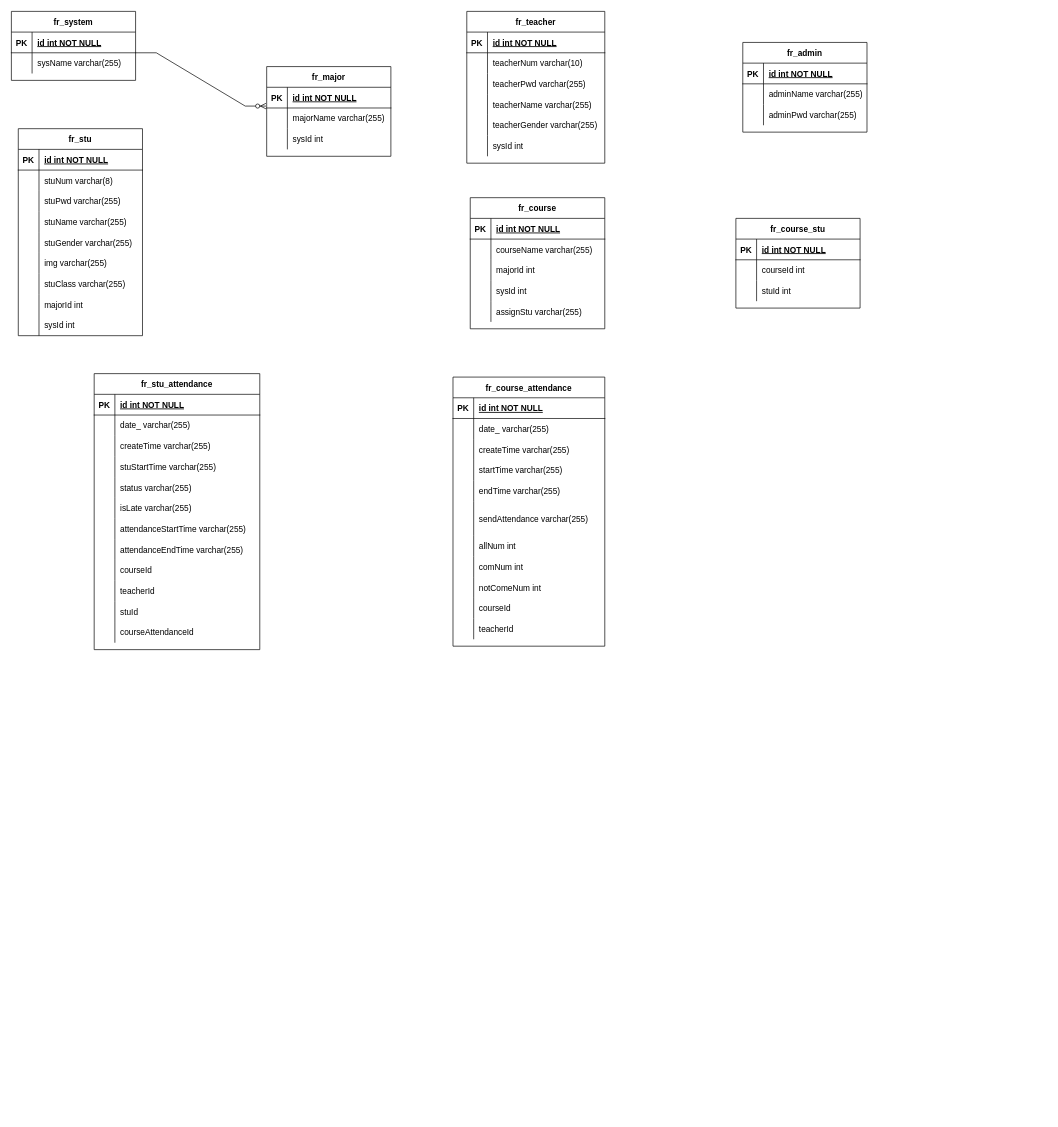
cryingworld/diagram keeps this draw.io diagram as Untitled Diagram.drawio. Above is the earlier version. Source tidied: cells renumbered, new cells numbered last; positions are measured from the earlier drawing's top-left corner, leaving out a move shared by most shapes. Both pictures are drawn from the tidied source at 69%, with x=0, y=0 at pixel (11, 11).
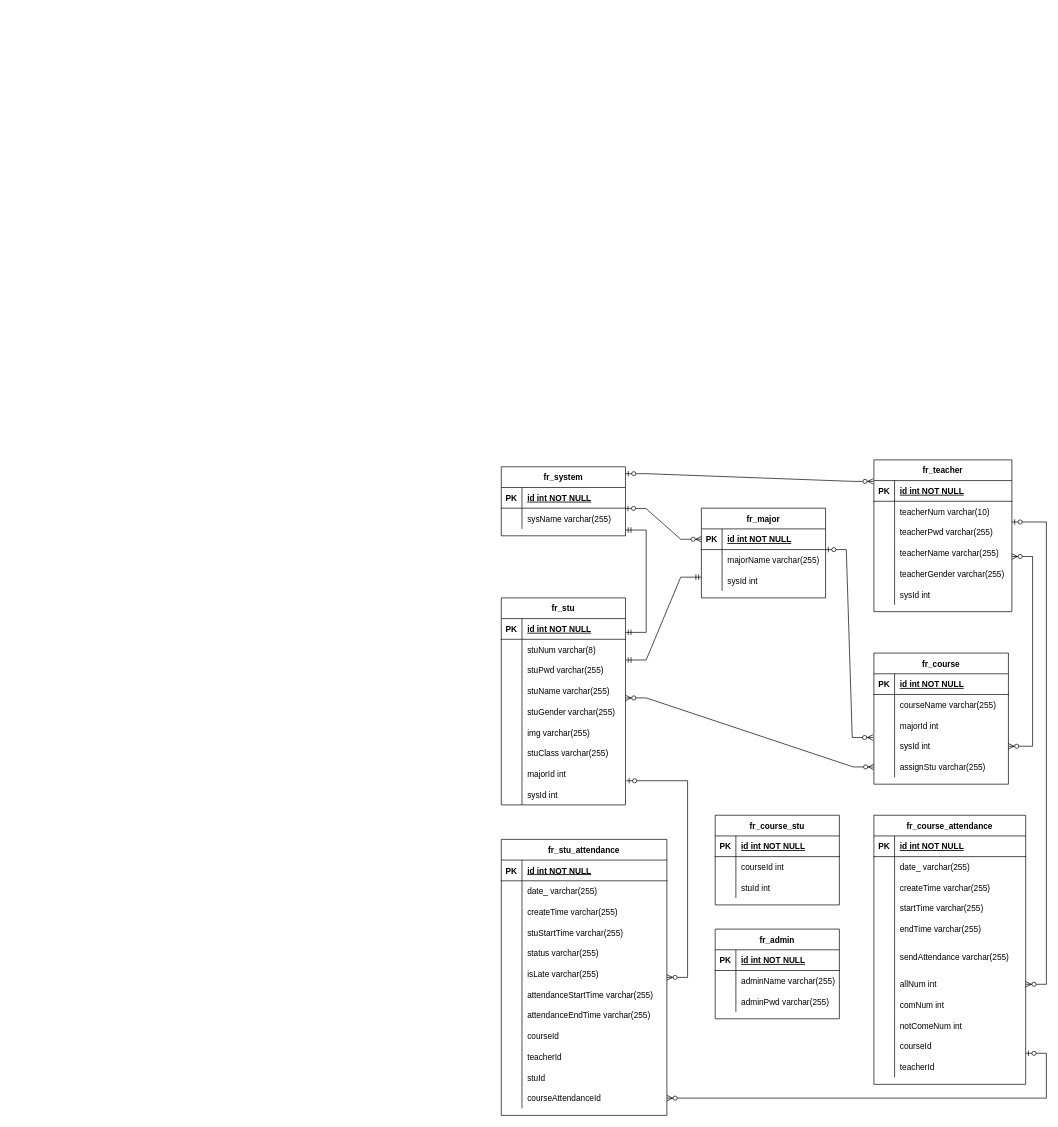
The same page after the edit.

Unchanged cells that the change refers to:
```xml
<mxCell id="34" style="shape=tableRow;horizontal=0;startSize=0;swimlaneHead=0;swimlaneBody=0;fillColor=none;points=[[0,0.5],[1,0.5]];portConstraint=eastwest;top=0;left=0;right=0;bottom=0;" parent="12" vertex="1">
  <mxGeometry y="240" width="180" height="30" as="geometry" />
</mxCell>
<mxCell id="41" style="shape=tableRow;horizontal=0;startSize=0;swimlaneHead=0;swimlaneBody=0;fillColor=none;points=[[0,0.5],[1,0.5]];portConstraint=eastwest;top=0;left=0;right=0;bottom=1;" parent="40" vertex="1">
  <mxGeometry y="30" width="200" height="30" as="geometry" />
</mxCell>
<mxCell id="60" style="shape=tableRow;horizontal=0;startSize=0;swimlaneHead=0;swimlaneBody=0;fillColor=none;points=[[0,0.5],[1,0.5]];portConstraint=eastwest;top=0;left=0;right=0;bottom=1;" parent="59" vertex="1">
  <mxGeometry y="30" width="180" height="30" as="geometry" />
</mxCell>
<mxCell id="63" style="shape=tableRow;horizontal=0;startSize=0;swimlaneHead=0;swimlaneBody=0;fillColor=none;points=[[0,0.5],[1,0.5]];portConstraint=eastwest;top=0;left=0;right=0;bottom=0;" parent="59" vertex="1">
  <mxGeometry y="60" width="180" height="30" as="geometry" />
</mxCell>
<mxCell id="66" style="shape=tableRow;horizontal=0;startSize=0;swimlaneHead=0;swimlaneBody=0;fillColor=none;points=[[0,0.5],[1,0.5]];portConstraint=eastwest;top=0;left=0;right=0;bottom=0;" parent="59" vertex="1">
  <mxGeometry y="90" width="180" height="30" as="geometry" />
</mxCell>
<mxCell id="73" style="shape=tableRow;horizontal=0;startSize=0;swimlaneHead=0;swimlaneBody=0;fillColor=none;points=[[0,0.5],[1,0.5]];portConstraint=eastwest;top=0;left=0;right=0;bottom=0;" parent="69" vertex="1">
  <mxGeometry y="60" width="180" height="30" as="geometry" />
</mxCell>
<mxCell id="86" style="shape=tableRow;horizontal=0;startSize=0;swimlaneHead=0;swimlaneBody=0;fillColor=none;points=[[0,0.5],[1,0.5]];portConstraint=eastwest;top=0;left=0;right=0;bottom=0;" parent="76" vertex="1">
  <mxGeometry y="120" width="195" height="30" as="geometry" />
</mxCell>
<mxCell id="89" style="shape=tableRow;horizontal=0;startSize=0;swimlaneHead=0;swimlaneBody=0;fillColor=none;points=[[0,0.5],[1,0.5]];portConstraint=eastwest;top=0;left=0;right=0;bottom=0;" parent="76" vertex="1">
  <mxGeometry y="150" width="195" height="30" as="geometry" />
</mxCell>
<mxCell id="121" style="shape=tableRow;horizontal=0;startSize=0;swimlaneHead=0;swimlaneBody=0;fillColor=none;points=[[0,0.5],[1,0.5]];portConstraint=eastwest;top=0;left=0;right=0;bottom=0;" parent="102" vertex="1">
  <mxGeometry y="230" width="220" height="30" as="geometry" />
</mxCell>
<mxCell id="170" style="shape=tableRow;horizontal=0;startSize=0;swimlaneHead=0;swimlaneBody=0;fillColor=none;points=[[0,0.5],[1,0.5]];portConstraint=eastwest;top=0;left=0;right=0;bottom=0;" parent="136" vertex="1">
  <mxGeometry y="360" width="240" height="30" as="geometry" />
</mxCell>
```

Change to the diagram source:
```diff
@@
     <mxCell id="2" value="fr_admin" style="shape=table;startSize=30;childLayout=tableLayout;rowLines=0;fontStyle=1;align=center;" parent="1" vertex="1">
-      <mxGeometry x="1060" y="45" width="180" height="130" as="geometry" />
+      <mxGeometry x="1020" y="1330" width="180" height="130" as="geometry" />
     </mxCell>
@@
     <mxCell id="12" value="fr_stu" style="shape=table;startSize=30;childLayout=tableLayout;rowLines=0;fontStyle=1;align=center;" parent="1" vertex="1">
-      <mxGeometry x="10" y="170" width="180" height="300" as="geometry" />
+      <mxGeometry x="710" y="850" width="180" height="300" as="geometry" />
     </mxCell>
@@
     <mxCell id="40" value="fr_teacher" style="shape=table;startSize=30;childLayout=tableLayout;rowLines=0;fontStyle=1;align=center;" parent="1" vertex="1">
-      <mxGeometry x="660" width="200" height="220" as="geometry" />
+      <mxGeometry x="1250" y="650" width="200" height="220" as="geometry" />
     </mxCell>
@@
     <mxCell id="59" value="fr_major" style="shape=table;startSize=30;childLayout=tableLayout;rowLines=0;fontStyle=1;align=center;" parent="1" vertex="1">
-      <mxGeometry x="370" y="80" width="180" height="130" as="geometry" />
+      <mxGeometry x="1000" y="720" width="180" height="130" as="geometry" />
     </mxCell>
@@
     <mxCell id="69" value="fr_system" style="shape=table;startSize=30;childLayout=tableLayout;rowLines=0;fontStyle=1;align=center;" parent="1" vertex="1">
-      <mxGeometry width="180" height="100" as="geometry" />
+      <mxGeometry x="710" y="660" width="180" height="100" as="geometry" />
     </mxCell>
@@
     <mxCell id="76" value="fr_course" style="shape=table;startSize=30;childLayout=tableLayout;rowLines=0;fontStyle=1;align=center;" parent="1" vertex="1">
-      <mxGeometry x="665" y="270" width="195" height="190" as="geometry" />
+      <mxGeometry x="1250" y="930" width="195" height="190" as="geometry" />
     </mxCell>
@@
     <mxCell id="92" value="fr_course_stu" style="shape=table;startSize=30;childLayout=tableLayout;rowLines=0;fontStyle=1;align=center;" parent="1" vertex="1">
-      <mxGeometry x="1050" y="300" width="180" height="130" as="geometry" />
+      <mxGeometry x="1020" y="1165" width="180" height="130" as="geometry" />
     </mxCell>
@@
     <mxCell id="102" value="fr_course_attendance" style="shape=table;startSize=30;childLayout=tableLayout;rowLines=0;fontStyle=1;align=center;" parent="1" vertex="1">
-      <mxGeometry x="640" y="530" width="220" height="390" as="geometry" />
+      <mxGeometry x="1250" y="1165" width="220" height="390" as="geometry" />
     </mxCell>
@@
     <mxCell id="136" value="fr_stu_attendance" style="shape=table;startSize=30;childLayout=tableLayout;rowLines=0;fontStyle=1;align=center;" parent="1" vertex="1">
-      <mxGeometry x="120" y="525" width="240" height="400" as="geometry" />
+      <mxGeometry x="710" y="1200" width="240" height="400" as="geometry" />
     </mxCell>
@@
-    <mxCell id="173" style="edgeStyle=entityRelationEdgeStyle;fontSize=12;html=1;endArrow=ERzeroToMany;endFill=1;rounded=0;entryX=-0.006;entryY=-0.092;entryDx=0;entryDy=0;entryPerimeter=0;" parent="1" edge="1" target="63">
-      <mxGeometry relative="1" as="geometry">
-        <mxPoint x="180" y="60" as="sourcePoint" />
-      </mxGeometry>
-    </mxCell>
+    <mxCell id="174" style="edgeStyle=entityRelationEdgeStyle;fontSize=12;html=1;endArrow=ERmandOne;startArrow=ERmandOne;entryX=0;entryY=0.333;entryDx=0;entryDy=0;entryPerimeter=0;rounded=0;" parent="1" edge="1" target="66">
+      <mxGeometry relative="1" as="geometry">
+        <mxPoint x="890" y="940" as="sourcePoint" />
+      </mxGeometry>
+    </mxCell>
+    <mxCell id="175" style="edgeStyle=entityRelationEdgeStyle;fontSize=12;html=1;endArrow=ERzeroToMany;startArrow=ERzeroToOne;exitX=1.007;exitY=0.833;exitDx=0;exitDy=0;exitPerimeter=0;rounded=0;" parent="1" edge="1" source="34" target="136">
+      <mxGeometry relative="1" as="geometry" />
+    </mxCell>
+    <mxCell id="176" style="edgeStyle=entityRelationEdgeStyle;fontSize=12;html=1;endArrow=ERzeroToMany;startArrow=ERzeroToOne;entryX=-0.004;entryY=0.038;entryDx=0;entryDy=0;entryPerimeter=0;rounded=0;" parent="1" edge="1" target="41">
+      <mxGeometry relative="1" as="geometry">
+        <mxPoint x="890" y="670" as="sourcePoint" />
+      </mxGeometry>
+    </mxCell>
+    <mxCell id="177" style="edgeStyle=entityRelationEdgeStyle;fontSize=12;html=1;endArrow=ERzeroToMany;startArrow=ERzeroToOne;entryX=0;entryY=0.5;entryDx=0;entryDy=0;rounded=0;exitX=0.998;exitY=0.011;exitDx=0;exitDy=0;exitPerimeter=0;" parent="1" edge="1" source="73" target="60">
+      <mxGeometry relative="1" as="geometry" />
+    </mxCell>
+    <mxCell id="178" style="edgeStyle=entityRelationEdgeStyle;fontSize=12;html=1;endArrow=ERzeroToMany;startArrow=ERzeroToOne;rounded=0;sketch=0;entryX=-0.007;entryY=0.078;entryDx=0;entryDy=0;entryPerimeter=0;" parent="1" edge="1" target="86">
+      <mxGeometry relative="1" as="geometry">
+        <mxPoint x="1180" y="780" as="sourcePoint" />
+      </mxGeometry>
+    </mxCell>
+    <mxCell id="179" style="edgeStyle=entityRelationEdgeStyle;fontSize=12;html=1;endArrow=ERzeroToMany;endFill=1;startArrow=ERzeroToMany;rounded=0;sketch=0;" parent="1" edge="1" target="89">
+      <mxGeometry relative="1" as="geometry">
+        <mxPoint x="890" y="995" as="sourcePoint" />
+      </mxGeometry>
+    </mxCell>
+    <mxCell id="180" style="edgeStyle=entityRelationEdgeStyle;fontSize=12;html=1;endArrow=ERzeroToMany;endFill=1;startArrow=ERzeroToMany;rounded=0;sketch=0;entryX=1;entryY=0.5;entryDx=0;entryDy=0;" parent="1" edge="1" target="86">
+      <mxGeometry relative="1" as="geometry">
+        <mxPoint x="1450" y="790" as="sourcePoint" />
+      </mxGeometry>
+    </mxCell>
+    <mxCell id="181" style="edgeStyle=entityRelationEdgeStyle;fontSize=12;html=1;endArrow=ERzeroToMany;startArrow=ERzeroToOne;rounded=0;sketch=0;" parent="1" edge="1" target="121">
+      <mxGeometry relative="1" as="geometry">
+        <mxPoint x="1450" y="740" as="sourcePoint" />
+      </mxGeometry>
+    </mxCell>
+    <mxCell id="182" style="edgeStyle=entityRelationEdgeStyle;fontSize=12;html=1;endArrow=ERzeroToMany;startArrow=ERzeroToOne;rounded=0;sketch=0;entryX=1;entryY=0.5;entryDx=0;entryDy=0;" parent="1" edge="1" target="170">
+      <mxGeometry relative="1" as="geometry">
+        <mxPoint x="1470" y="1510" as="sourcePoint" />
+      </mxGeometry>
+    </mxCell>
+    <mxCell id="183" style="edgeStyle=entityRelationEdgeStyle;fontSize=12;html=1;endArrow=ERmandOne;startArrow=ERmandOne;rounded=0;entryX=1;entryY=1.056;entryDx=0;entryDy=0;entryPerimeter=0;" parent="1" edge="1" target="73">
+      <mxGeometry relative="1" as="geometry">
+        <mxPoint x="890" y="900" as="sourcePoint" />
+      </mxGeometry>
+    </mxCell>
```
